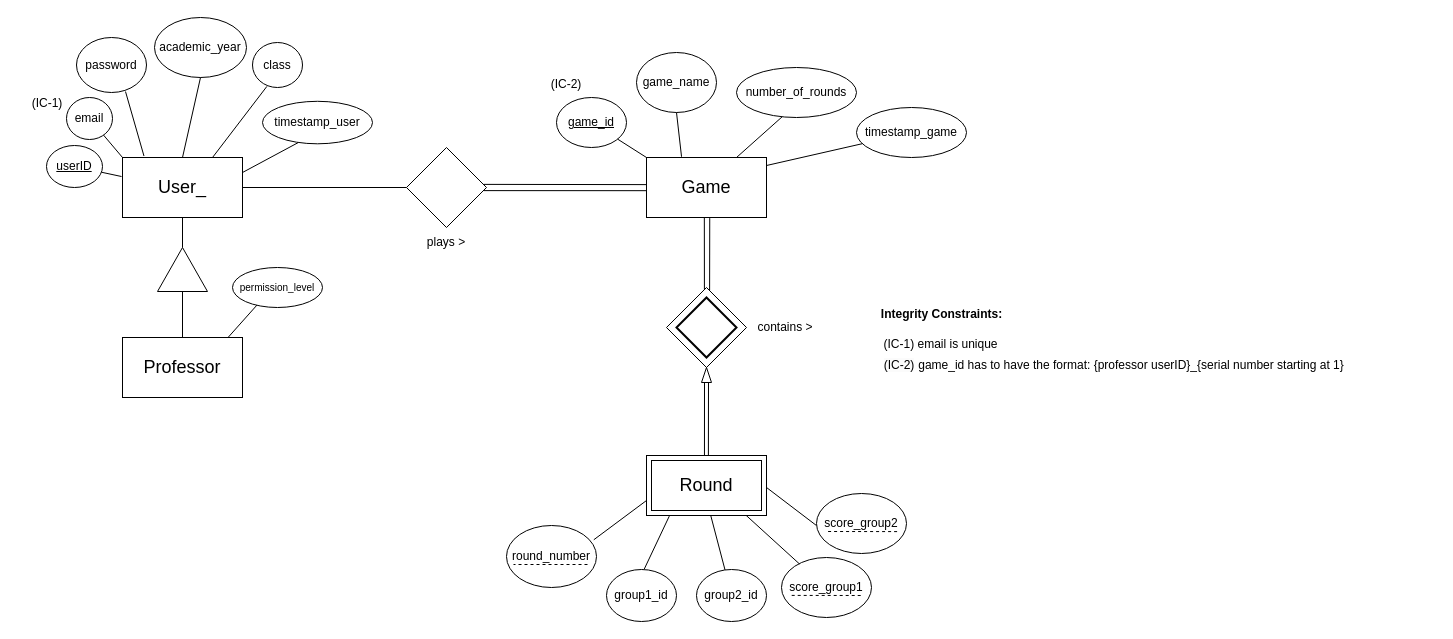
Above: E-R_Model/E-R Model.drawio in bforbesc/AI-Assistant-Competition (draw.io), before the change. Source tidied: cells renumbered, new cells numbered last; positions are measured from the earlier drawing's top-left corner, leaving out a move shared by most shapes. Both pictures are drawn from the tidied source at 100%, with x=0, y=0 at pixel (17, 17).
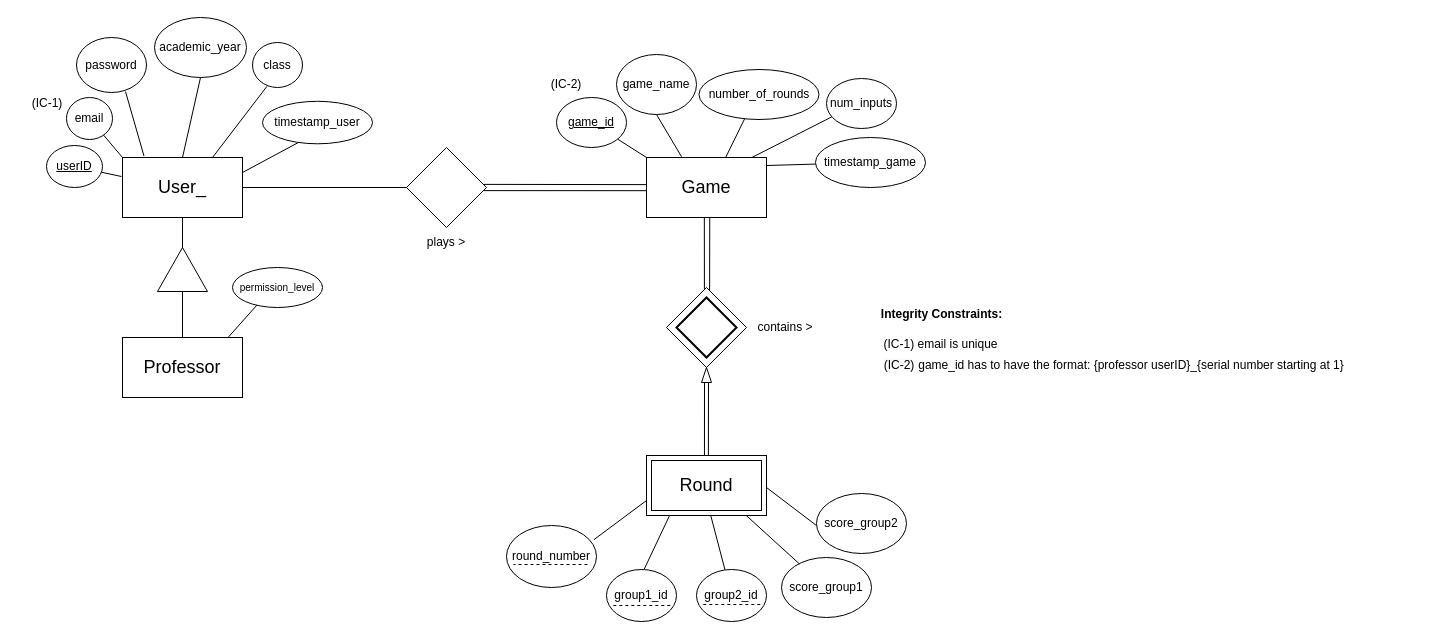
Above is the later version.

Unchanged cells that the change refers to:
```xml
<mxCell id="4" value="Game" style="rounded=0;whiteSpace=wrap;html=1;fontSize=18;" parent="1" vertex="1">
  <mxGeometry x="629" y="140" width="120" height="60" as="geometry" />
</mxCell>
```

Change to the diagram source:
```diff
@@
     <mxCell id="21" value="game_name" style="ellipse;whiteSpace=wrap;html=1;" parent="1" vertex="1">
-      <mxGeometry x="619" y="35" width="80" height="60" as="geometry" />
+      <mxGeometry x="599" y="37" width="80" height="60" as="geometry" />
     </mxCell>
@@
     <mxCell id="26" value="number_of_rounds" style="ellipse;whiteSpace=wrap;html=1;" parent="1" vertex="1">
-      <mxGeometry x="719" y="50" width="120" height="50" as="geometry" />
+      <mxGeometry x="681.5" y="52" width="120" height="50" as="geometry" />
     </mxCell>
@@
-    <mxCell id="33" style="endArrow=none;dashed=1;html=1;rounded=0;exitX=0.953;exitY=0.633;exitDx=0;exitDy=0;exitPerimeter=0;" parent="1" edge="1">
+    <mxCell id="33" style="endArrow=none;dashed=1;html=1;rounded=0;startSize=4;endSize=0;jumpSize=4;" parent="1" edge="1">
       <mxGeometry relative="1" as="geometry">
-        <mxPoint x="843.2" y="578" as="sourcePoint" />
-        <mxPoint x="772" y="577.9" as="targetPoint" />
+        <mxPoint x="742.8" y="587" as="sourcePoint" />
+        <mxPoint x="685.2" y="587" as="targetPoint" />
       </mxGeometry>
     </mxCell>
     <mxCell id="34" value="timestamp_game" style="ellipse;whiteSpace=wrap;html=1;" parent="1" vertex="1">
-      <mxGeometry x="839" y="90" width="110" height="50" as="geometry" />
+      <mxGeometry x="798" y="120" width="110" height="50" as="geometry" />
     </mxCell>
@@
-    <mxCell id="49" style="endArrow=none;html=1;rounded=0;entryX=0.75;entryY=0;entryDx=0;entryDy=0;exitX=0.38;exitY=0.987;exitDx=0;exitDy=0;exitPerimeter=0;" parent="1" edge="1" source="26" target="4">
+    <mxCell id="49" style="endArrow=none;html=1;rounded=0;exitX=0.38;exitY=0.987;exitDx=0;exitDy=0;exitPerimeter=0;entryX=0.659;entryY=0.003;entryDx=0;entryDy=0;entryPerimeter=0;" parent="1" edge="1" source="26" target="4">
       <mxGeometry relative="1" as="geometry" />
     </mxCell>
@@
-    <mxCell id="60" style="endArrow=none;dashed=1;html=1;rounded=0;exitX=0.953;exitY=0.633;exitDx=0;exitDy=0;exitPerimeter=0;" parent="1" edge="1">
-      <mxGeometry relative="1" as="geometry">
-        <mxPoint x="879.6" y="514.1" as="sourcePoint" />
-        <mxPoint x="808.4" y="514" as="targetPoint" />
-      </mxGeometry>
-    </mxCell>
@@
+    <mxCell id="63" style="endArrow=none;dashed=1;html=1;rounded=0;startSize=4;endSize=0;jumpSize=4;" parent="1" edge="1">
+      <mxGeometry relative="1" as="geometry">
+        <mxPoint x="652.8" y="588" as="sourcePoint" />
+        <mxPoint x="595.2" y="588" as="targetPoint" />
+      </mxGeometry>
+    </mxCell>
+    <mxCell id="64" value="num_inputs" style="ellipse;whiteSpace=wrap;html=1;" parent="1" vertex="1">
+      <mxGeometry x="809" y="61" width="70" height="50" as="geometry" />
+    </mxCell>
+    <mxCell id="65" style="endArrow=none;html=1;rounded=0;entryX=0.88;entryY=-0.002;entryDx=0;entryDy=0;entryPerimeter=0;exitX=0.075;exitY=0.768;exitDx=0;exitDy=0;exitPerimeter=0;" parent="1" edge="1" source="64" target="4">
+      <mxGeometry relative="1" as="geometry" />
+    </mxCell>
```
